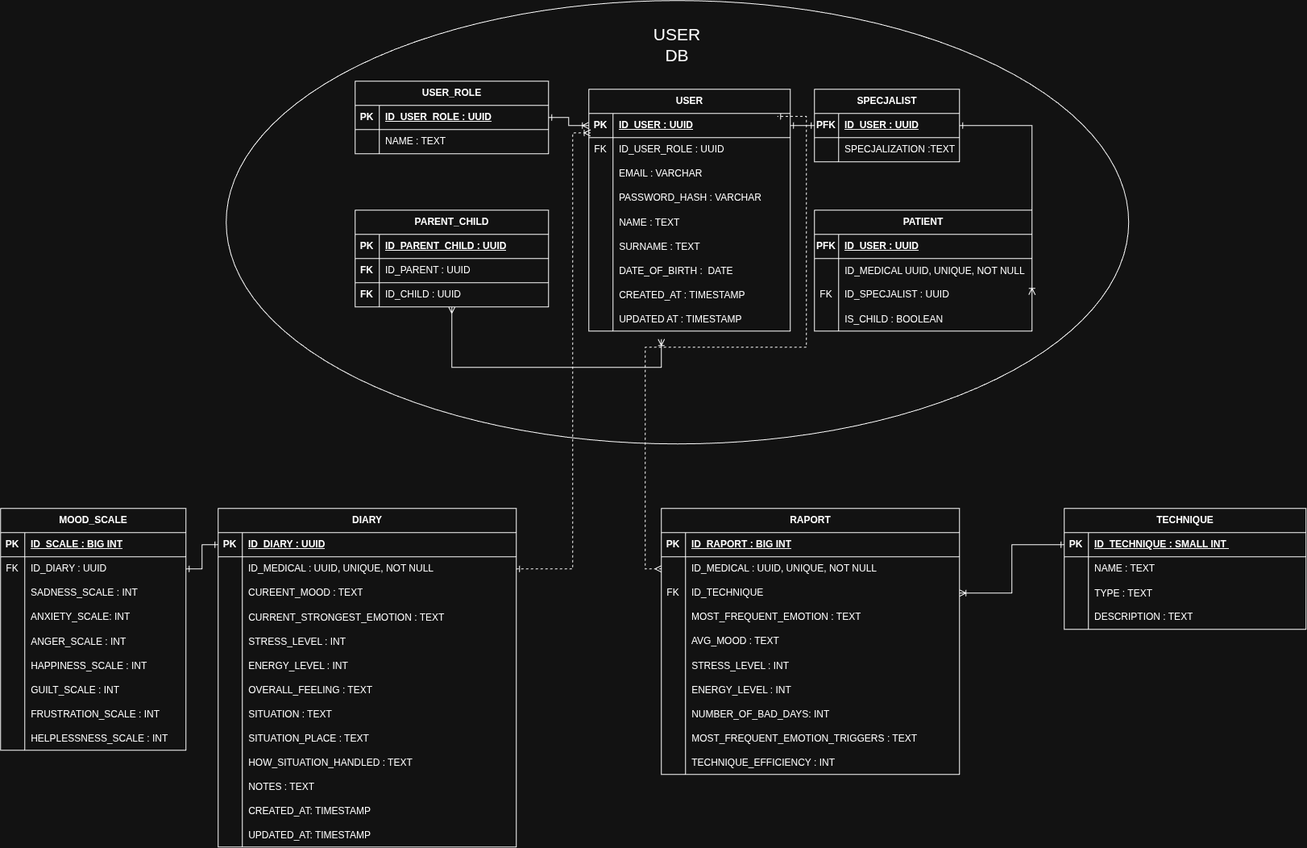
Coderino-Compadres/Mediculus_App keeps this draw.io diagram as ERD/DIAGRAM.drawio.png. Above is the earlier version. Source tidied: cells renumbered, new cells last; positions are measured from the earlier drawing's top-left corner, leaving out a move shared by most shapes.
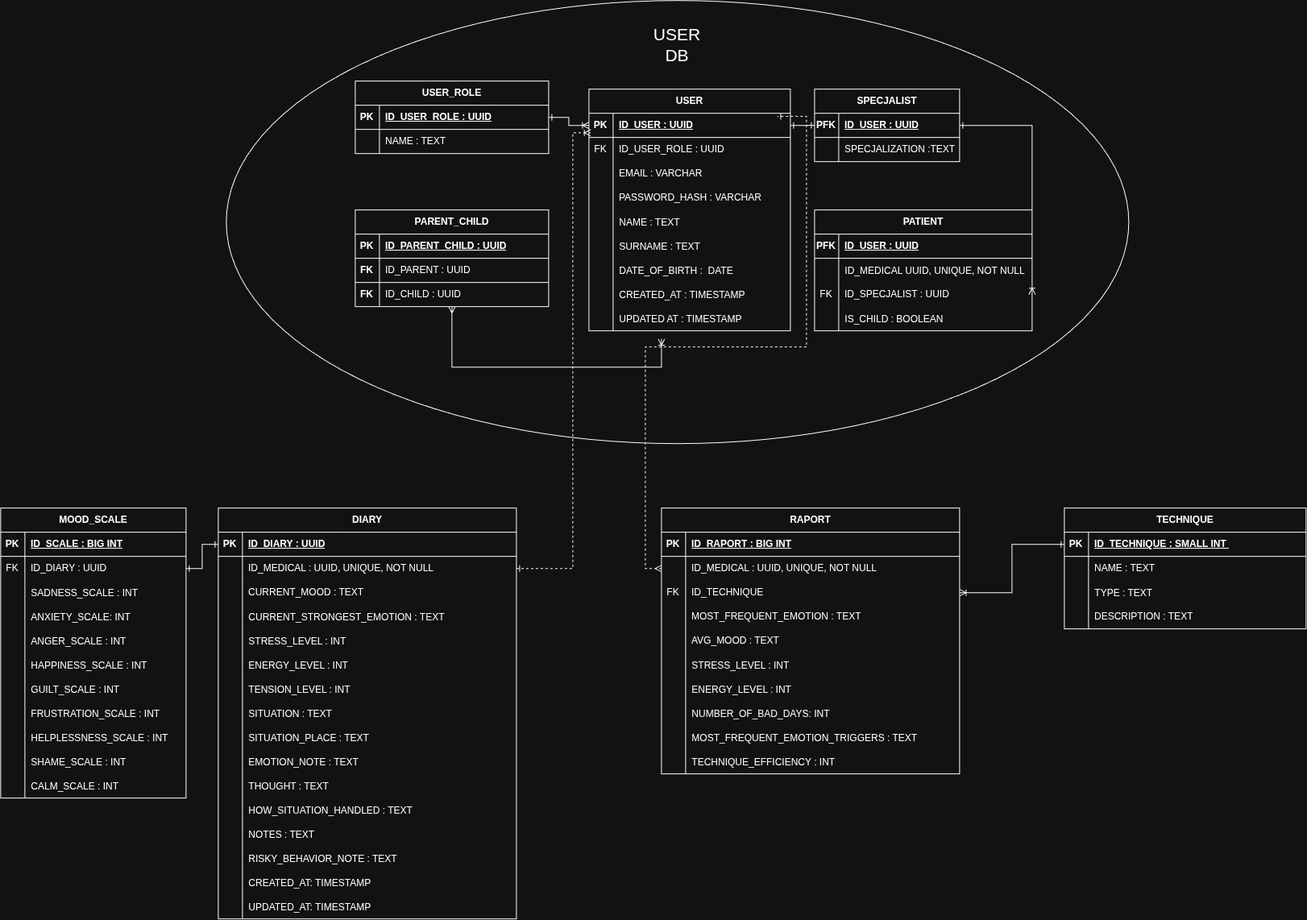
Above is the later version.

Commit message:
update: updated ERD diagram to match current developed app db

What changed in the source:
```diff
@@ -220,7 +220,7 @@
       <mxGeometry x="30" width="210" height="30" as="geometry" />
     </mxCell>
     <mxCell id="71" value="DIARY" style="shape=table;startSize=30;rowLines=0;fontStyle=1;align=center;html=1;" parent="1" vertex="1">
-      <mxGeometry x="270" y="630" width="370" height="420" as="geometry" />
+      <mxGeometry x="270" y="630" width="370" height="510" as="geometry" />
     </mxCell>
     <mxCell id="72" style="shape=tableRow;horizontal=0;startSize=0;swimlaneHead=0;swimlaneBody=0;fillColor=none;points=[[0,0.5],[1,0.5]];portConstraint=eastwest;top=0;left=0;right=0;bottom=1;" parent="71" vertex="1">
       <mxGeometry y="30" width="370" height="30" as="geometry" />
@@ -246,7 +246,7 @@
     <mxCell id="79" style="shape=partialRectangle;fillColor=none;top=0;left=0;bottom=0;right=0;overflow=hidden;whiteSpace=wrap;html=1;" parent="78" vertex="1">
       <mxGeometry width="30" height="30" as="geometry" />
     </mxCell>
-    <mxCell id="80" value="CUREENT_MOOD : TEXT" style="shape=partialRectangle;fillColor=none;top=0;left=0;bottom=0;right=0;align=left;spacingLeft=6;overflow=hidden;whiteSpace=wrap;html=1;" parent="78" vertex="1">
+    <mxCell id="80" value="CURRENT_MOOD : TEXT" style="shape=partialRectangle;fillColor=none;top=0;left=0;bottom=0;right=0;align=left;spacingLeft=6;overflow=hidden;whiteSpace=wrap;html=1;" parent="78" vertex="1">
       <mxGeometry x="30" width="340" height="30" as="geometry" />
     </mxCell>
     <mxCell id="81" style="shape=tableRow;horizontal=0;startSize=0;swimlaneHead=0;swimlaneBody=0;fillColor=none;top=0;left=0;right=0;bottom=0;" parent="71" vertex="1">
@@ -279,12 +279,12 @@
     <mxCell id="90" style="shape=tableRow;horizontal=0;startSize=0;swimlaneHead=0;swimlaneBody=0;fillColor=none;top=0;left=0;right=0;bottom=0;" parent="71" vertex="1">
       <mxGeometry y="210" width="370" height="30" as="geometry" />
     </mxCell>
-    <mxCell id="91" style="shape=partialRectangle;fillColor=none;top=0;left=0;bottom=0;right=0;overflow=hidden;" parent="90" vertex="1">
-      <mxGeometry width="30" height="30" as="geometry" />
-    </mxCell>
-    <mxCell id="92" value="OVERALL_FEELING : TEXT" style="shape=partialRectangle;fillColor=none;top=0;left=0;bottom=0;right=0;align=left;spacingLeft=6;overflow=hidden;" parent="90" vertex="1">
-      <mxGeometry x="30" width="340" height="30" as="geometry" />
-    </mxCell>
+    <mxCell id="189" style="shape=partialRectangle;fillColor=none;top=0;left=0;bottom=0;right=0;overflow=hidden;" parent="90" vertex="1">
+      <mxGeometry width="30" height="30" as="geometry" />
+    </mxCell>
+    <mxCell id="190" value="TENSION_LEVEL : INT" style="shape=partialRectangle;fillColor=none;top=0;left=0;bottom=0;right=0;align=left;spacingLeft=6;overflow=hidden;" parent="90" vertex="1">
+      <mxGeometry x="30" width="340" height="30" as="geometry" />
+    </mxCell>
     <mxCell id="93" style="shape=tableRow;horizontal=0;startSize=0;swimlaneHead=0;swimlaneBody=0;fillColor=none;top=0;left=0;right=0;bottom=0;" parent="71" vertex="1">
       <mxGeometry y="240" width="370" height="30" as="geometry" />
     </mxCell>
@@ -303,8 +303,26 @@
     <mxCell id="98" value="SITUATION_PLACE : TEXT" style="shape=partialRectangle;fillColor=none;top=0;left=0;bottom=0;right=0;align=left;spacingLeft=6;overflow=hidden;" parent="96" vertex="1">
       <mxGeometry x="30" width="340" height="30" as="geometry" />
     </mxCell>
+    <mxCell id="191" style="shape=tableRow;horizontal=0;startSize=0;swimlaneHead=0;swimlaneBody=0;fillColor=none;top=0;left=0;right=0;bottom=0;" parent="71" vertex="1">
+      <mxGeometry y="300" width="370" height="30" as="geometry" />
+    </mxCell>
+    <mxCell id="192" style="shape=partialRectangle;fillColor=none;top=0;left=0;bottom=0;right=0;overflow=hidden;" parent="191" vertex="1">
+      <mxGeometry width="30" height="30" as="geometry" />
+    </mxCell>
+    <mxCell id="193" value="EMOTION_NOTE : TEXT" style="shape=partialRectangle;fillColor=none;top=0;left=0;bottom=0;right=0;align=left;spacingLeft=6;overflow=hidden;" parent="191" vertex="1">
+      <mxGeometry x="30" width="340" height="30" as="geometry" />
+    </mxCell>
+    <mxCell id="194" style="shape=tableRow;horizontal=0;startSize=0;swimlaneHead=0;swimlaneBody=0;fillColor=none;top=0;left=0;right=0;bottom=0;" parent="71" vertex="1">
+      <mxGeometry y="330" width="370" height="30" as="geometry" />
+    </mxCell>
+    <mxCell id="195" style="shape=partialRectangle;fillColor=none;top=0;left=0;bottom=0;right=0;overflow=hidden;" parent="194" vertex="1">
+      <mxGeometry width="30" height="30" as="geometry" />
+    </mxCell>
+    <mxCell id="196" value="THOUGHT : TEXT" style="shape=partialRectangle;fillColor=none;top=0;left=0;bottom=0;right=0;align=left;spacingLeft=6;overflow=hidden;" parent="194" vertex="1">
+      <mxGeometry x="30" width="340" height="30" as="geometry" />
+    </mxCell>
     <mxCell id="99" style="shape=tableRow;horizontal=0;startSize=0;swimlaneHead=0;swimlaneBody=0;fillColor=none;top=0;left=0;right=0;bottom=0;" parent="71" vertex="1">
-      <mxGeometry y="300" width="370" height="30" as="geometry" />
+      <mxGeometry y="360" width="370" height="30" as="geometry" />
     </mxCell>
     <mxCell id="100" style="shape=partialRectangle;fillColor=none;top=0;left=0;bottom=0;right=0;overflow=hidden;" parent="99" vertex="1">
       <mxGeometry width="30" height="30" as="geometry" />
@@ -313,7 +331,7 @@
       <mxGeometry x="30" width="340" height="30" as="geometry" />
     </mxCell>
     <mxCell id="102" style="shape=tableRow;horizontal=0;startSize=0;swimlaneHead=0;swimlaneBody=0;fillColor=none;top=0;left=0;right=0;bottom=0;" parent="71" vertex="1">
-      <mxGeometry y="330" width="370" height="30" as="geometry" />
+      <mxGeometry y="390" width="370" height="30" as="geometry" />
     </mxCell>
     <mxCell id="103" style="shape=partialRectangle;fillColor=none;top=0;left=0;bottom=0;right=0;overflow=hidden;" parent="102" vertex="1">
       <mxGeometry width="30" height="30" as="geometry" />
@@ -321,8 +339,17 @@
     <mxCell id="104" value="NOTES : TEXT" style="shape=partialRectangle;fillColor=none;top=0;left=0;bottom=0;right=0;align=left;spacingLeft=6;overflow=hidden;" parent="102" vertex="1">
       <mxGeometry x="30" width="340" height="30" as="geometry" />
     </mxCell>
+    <mxCell id="197" style="shape=tableRow;horizontal=0;startSize=0;swimlaneHead=0;swimlaneBody=0;fillColor=none;top=0;left=0;right=0;bottom=0;" parent="71" vertex="1">
+      <mxGeometry y="420" width="370" height="30" as="geometry" />
+    </mxCell>
+    <mxCell id="198" style="shape=partialRectangle;fillColor=none;top=0;left=0;bottom=0;right=0;overflow=hidden;" parent="197" vertex="1">
+      <mxGeometry width="30" height="30" as="geometry" />
+    </mxCell>
+    <mxCell id="199" value="RISKY_BEHAVIOR_NOTE : TEXT" style="shape=partialRectangle;fillColor=none;top=0;left=0;bottom=0;right=0;align=left;spacingLeft=6;overflow=hidden;" parent="197" vertex="1">
+      <mxGeometry x="30" width="340" height="30" as="geometry" />
+    </mxCell>
     <mxCell id="105" style="shape=tableRow;horizontal=0;startSize=0;swimlaneHead=0;swimlaneBody=0;fillColor=none;top=0;left=0;right=0;bottom=0;" parent="71" vertex="1">
-      <mxGeometry y="360" width="370" height="30" as="geometry" />
+      <mxGeometry y="450" width="370" height="30" as="geometry" />
     </mxCell>
     <mxCell id="106" style="shape=partialRectangle;fillColor=none;top=0;left=0;bottom=0;right=0;overflow=hidden;" parent="105" vertex="1">
       <mxGeometry width="30" height="30" as="geometry" />
@@ -331,7 +358,7 @@
       <mxGeometry x="30" width="340" height="30" as="geometry" />
     </mxCell>
     <mxCell id="108" style="shape=tableRow;horizontal=0;startSize=0;swimlaneHead=0;swimlaneBody=0;fillColor=none;top=0;left=0;right=0;bottom=0;" parent="71" vertex="1">
-      <mxGeometry y="390" width="370" height="30" as="geometry" />
+      <mxGeometry y="480" width="370" height="30" as="geometry" />
     </mxCell>
     <mxCell id="109" style="shape=partialRectangle;fillColor=none;top=0;left=0;bottom=0;right=0;overflow=hidden;" parent="108" vertex="1">
       <mxGeometry width="30" height="30" as="geometry" />
@@ -340,7 +367,7 @@
       <mxGeometry x="30" width="340" height="30" as="geometry" />
     </mxCell>
     <mxCell id="111" value="MOOD_SCALE" style="shape=table;startSize=30;rowLines=0;fontStyle=1;align=center;html=1;" parent="1" vertex="1">
-      <mxGeometry y="630" width="230" height="300" as="geometry" />
+      <mxGeometry y="630" width="230" height="360" as="geometry" />
     </mxCell>
     <mxCell id="112" style="shape=tableRow;horizontal=0;startSize=0;swimlaneHead=0;swimlaneBody=0;fillColor=none;top=0;left=0;right=0;bottom=1;" parent="111" vertex="1">
       <mxGeometry y="30" width="230" height="30" as="geometry" />
@@ -363,19 +390,19 @@
     <mxCell id="118" style="shape=tableRow;horizontal=0;startSize=0;swimlaneHead=0;swimlaneBody=0;fillColor=none;top=0;left=0;right=0;bottom=0;" parent="111" vertex="1">
       <mxGeometry y="90" width="230" height="30" as="geometry" />
     </mxCell>
-    <mxCell id="119" style="shape=partialRectangle;fillColor=none;top=0;left=0;bottom=0;right=0;overflow=hidden;whiteSpace=wrap;html=1;" parent="118" vertex="1">
-      <mxGeometry width="30" height="30" as="geometry" />
-    </mxCell>
+    <mxCell id="200" style="shape=partialRectangle;fillColor=none;top=0;left=0;bottom=0;right=0;overflow=hidden;" parent="118" vertex="1">
+      <mxGeometry width="30" height="30" as="geometry" />
+    </mxCell>
-    <mxCell id="120" value="&lt;span style=&quot;white-space: nowrap;&quot;&gt;SADNESS_SCALE : INT&lt;/span&gt;" style="shape=partialRectangle;fillColor=none;top=0;left=0;bottom=0;right=0;align=left;spacingLeft=6;overflow=hidden;whiteSpace=wrap;html=1;" parent="118" vertex="1">
+    <mxCell id="120" value="SADNESS_SCALE : INT" style="shape=partialRectangle;fillColor=none;top=0;left=0;bottom=0;right=0;align=left;spacingLeft=6;overflow=hidden;" parent="118" vertex="1">
       <mxGeometry x="30" width="200" height="30" as="geometry" />
     </mxCell>
     <mxCell id="121" style="shape=tableRow;horizontal=0;startSize=0;swimlaneHead=0;swimlaneBody=0;fillColor=none;top=0;left=0;right=0;bottom=0;" parent="111" vertex="1">
       <mxGeometry y="120" width="230" height="30" as="geometry" />
     </mxCell>
-    <mxCell id="122" style="shape=partialRectangle;fillColor=none;top=0;left=0;bottom=0;right=0;overflow=hidden;whiteSpace=wrap;html=1;" parent="121" vertex="1">
-      <mxGeometry width="30" height="30" as="geometry" />
-    </mxCell>
+    <mxCell id="201" style="shape=partialRectangle;fillColor=none;top=0;left=0;bottom=0;right=0;overflow=hidden;" parent="121" vertex="1">
+      <mxGeometry width="30" height="30" as="geometry" />
+    </mxCell>
-    <mxCell id="123" value="&lt;span style=&quot;white-space: nowrap;&quot;&gt;ANXIETY_SCALE: INT&lt;/span&gt;" style="shape=partialRectangle;fillColor=none;top=0;left=0;bottom=0;right=0;align=left;spacingLeft=6;overflow=hidden;whiteSpace=wrap;html=1;" parent="121" vertex="1">
+    <mxCell id="123" value="ANXIETY_SCALE: INT" style="shape=partialRectangle;fillColor=none;top=0;left=0;bottom=0;right=0;align=left;spacingLeft=6;overflow=hidden;" parent="121" vertex="1">
       <mxGeometry x="30" width="200" height="30" as="geometry" />
     </mxCell>
     <mxCell id="124" style="shape=tableRow;horizontal=0;startSize=0;swimlaneHead=0;swimlaneBody=0;fillColor=none;top=0;left=0;right=0;bottom=0;" parent="111" vertex="1">
@@ -423,6 +450,24 @@
     <mxCell id="138" value="HELPLESSNESS_SCALE : INT" style="shape=partialRectangle;fillColor=none;top=0;left=0;bottom=0;right=0;align=left;spacingLeft=6;overflow=hidden;" parent="136" vertex="1">
       <mxGeometry x="30" width="200" height="30" as="geometry" />
     </mxCell>
+    <mxCell id="202" style="shape=tableRow;horizontal=0;startSize=0;swimlaneHead=0;swimlaneBody=0;fillColor=none;top=0;left=0;right=0;bottom=0;" parent="111" vertex="1">
+      <mxGeometry y="300" width="230" height="30" as="geometry" />
+    </mxCell>
+    <mxCell id="203" style="shape=partialRectangle;fillColor=none;top=0;left=0;bottom=0;right=0;overflow=hidden;" parent="202" vertex="1">
+      <mxGeometry width="30" height="30" as="geometry" />
+    </mxCell>
+    <mxCell id="204" value="SHAME_SCALE : INT" style="shape=partialRectangle;fillColor=none;top=0;left=0;bottom=0;right=0;align=left;spacingLeft=6;overflow=hidden;" parent="202" vertex="1">
+      <mxGeometry x="30" width="200" height="30" as="geometry" />
+    </mxCell>
+    <mxCell id="205" style="shape=tableRow;horizontal=0;startSize=0;swimlaneHead=0;swimlaneBody=0;fillColor=none;top=0;left=0;right=0;bottom=0;" parent="111" vertex="1">
+      <mxGeometry y="330" width="230" height="30" as="geometry" />
+    </mxCell>
+    <mxCell id="206" style="shape=partialRectangle;fillColor=none;top=0;left=0;bottom=0;right=0;overflow=hidden;" parent="205" vertex="1">
+      <mxGeometry width="30" height="30" as="geometry" />
+    </mxCell>
+    <mxCell id="207" value="CALM_SCALE : INT" style="shape=partialRectangle;fillColor=none;top=0;left=0;bottom=0;right=0;align=left;spacingLeft=6;overflow=hidden;" parent="205" vertex="1">
+      <mxGeometry x="30" width="200" height="30" as="geometry" />
+    </mxCell>
     <mxCell id="139" style="edgeStyle=orthogonalEdgeStyle;rounded=0;jettySize=auto;html=1;entryX=0.009;entryY=0.808;entryDx=0;entryDy=0;entryPerimeter=0;endArrow=ERoneToMany;endFill=0;startArrow=ERone;startFill=0;dashed=1;" parent="1" edge="1" source="75" target="3">
       <mxGeometry relative="1" as="geometry">
         <Array as="points">
```
